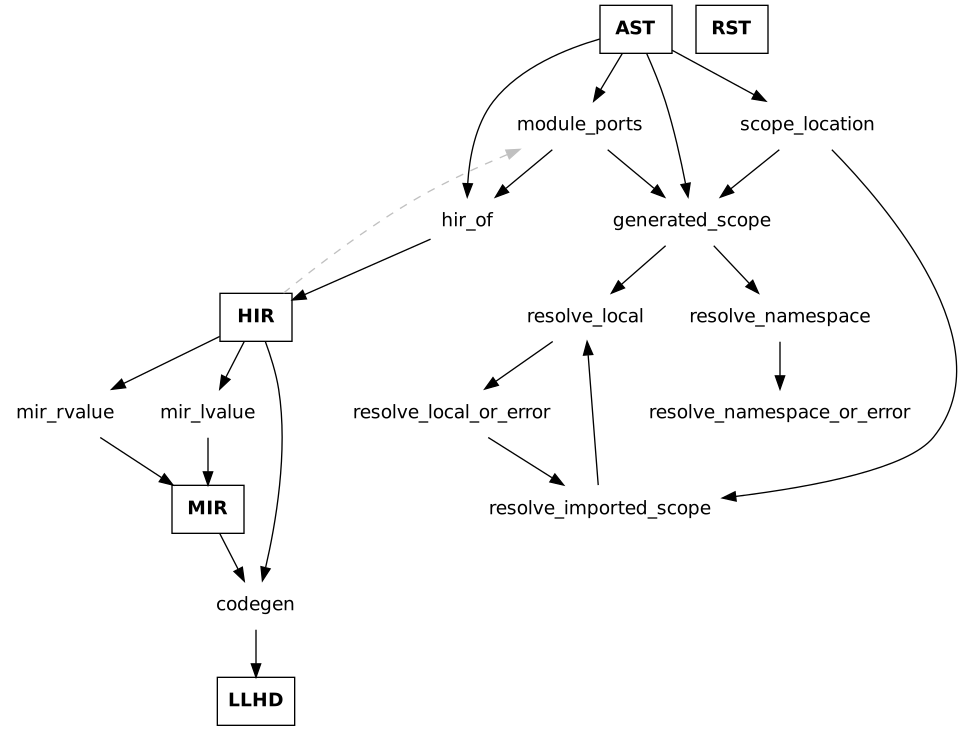
Earlier version of the Graphviz export docs/queries.png (fabianschuiki/moore). Its source is kept beside it as docs/queries.dot.
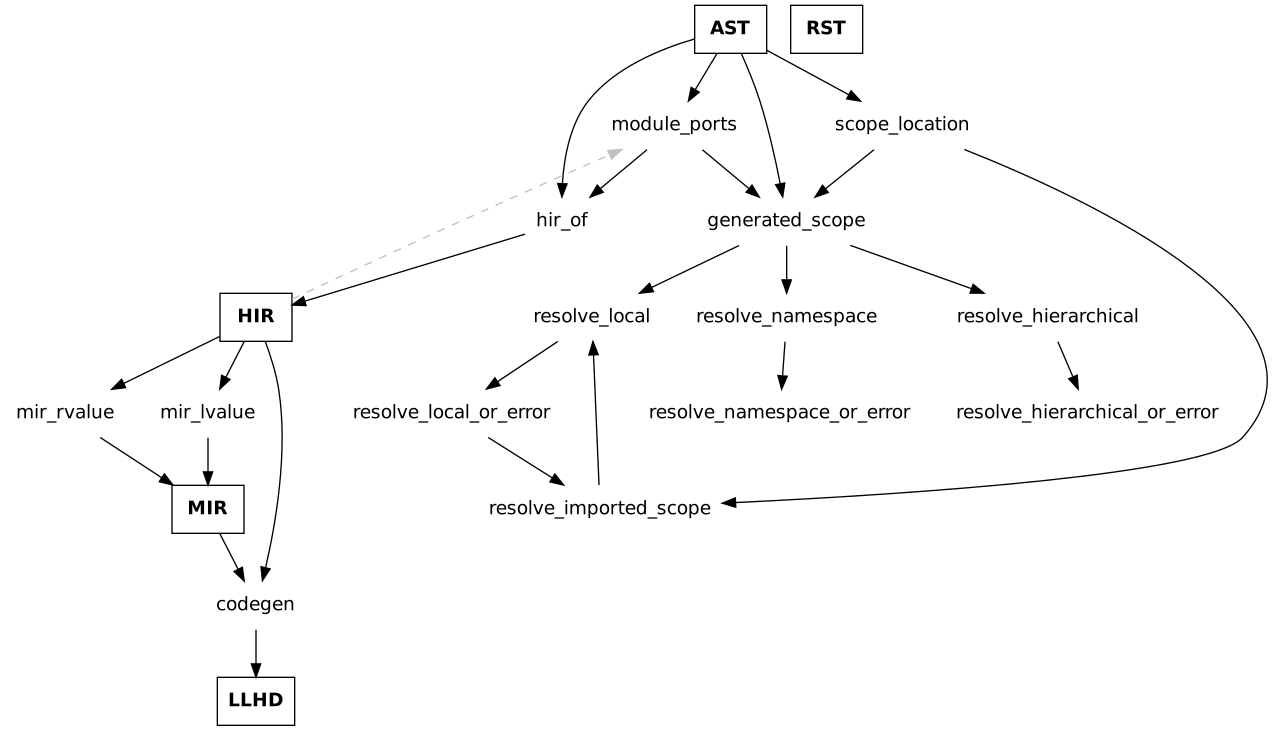
Above is the later version.

Diff of the diagram source:
```diff
@@ -17,6 +17,7 @@
         {AST -> scope_location module_ports} -> generated_scope;
         generated_scope -> resolve_local -> resolve_local_or_error;
         generated_scope -> resolve_namespace -> resolve_namespace_or_error;
+        generated_scope -> resolve_hierarchical -> resolve_hierarchical_or_error;
         {scope_location resolve_local_or_error} -> resolve_imported_scope -> resolve_local;
 
         {AST module_ports} -> hir_of -> HIR;
```
